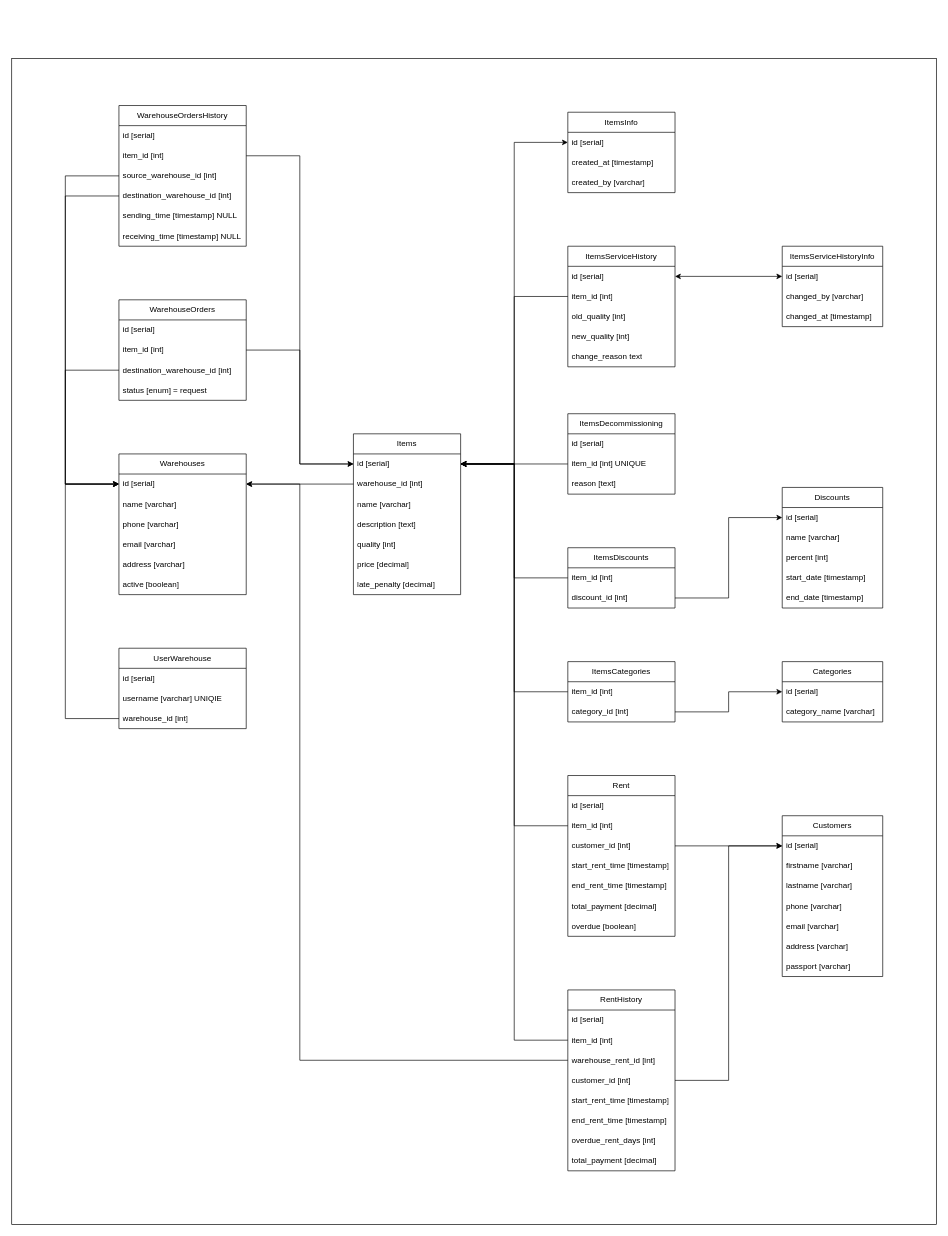
Nieele/invacc_desktop keeps this draw.io diagram as sql/database.drawio. Above is the earlier version. Source tidied: cells renumbered, new cells numbered last; positions are measured from the earlier drawing's top-left corner, leaving out a move shared by most shapes. Both pictures are drawn from the tidied source at 67%, with x=0, y=0 at pixel (11, 58).
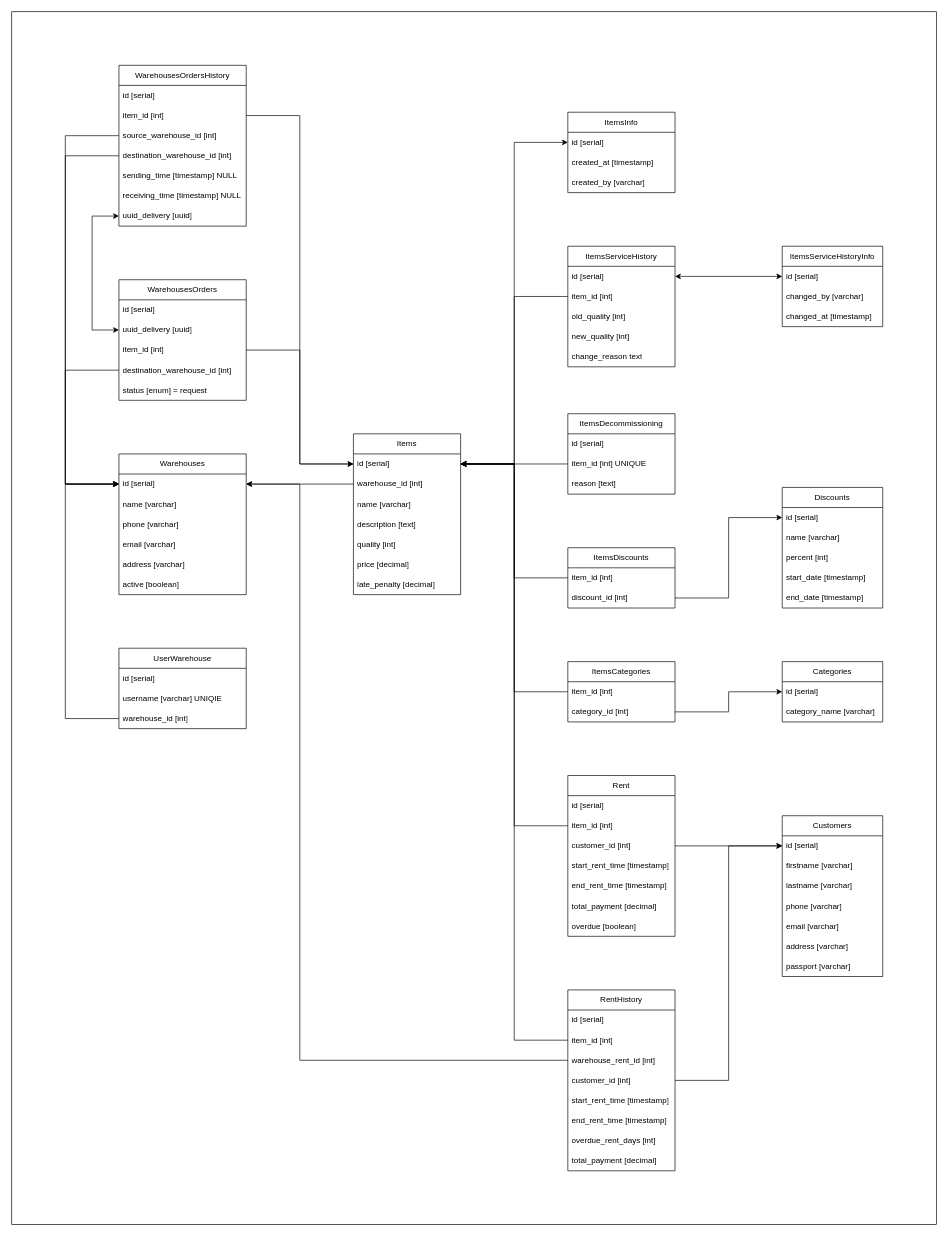
The same page after the edit.

Commit message (it also covers changes not shown here):
feat(sql): change structure database

Unchanged cells that the change refers to:
```xml
<mxCell id="4" value="id [serial]" style="text;strokeColor=none;fillColor=none;align=left;verticalAlign=middle;spacingLeft=4;spacingRight=4;overflow=hidden;points=[[0,0.5],[1,0.5]];portConstraint=eastwest;whiteSpace=wrap;html=1;" parent="3" vertex="1">
  <mxGeometry y="30" width="190" height="30" as="geometry" />
</mxCell>
<mxCell id="11" value="id [serial]" style="text;strokeColor=none;fillColor=none;align=left;verticalAlign=middle;spacingLeft=4;spacingRight=4;overflow=hidden;points=[[0,0.5],[1,0.5]];portConstraint=eastwest;whiteSpace=wrap;html=1;" parent="10" vertex="1">
  <mxGeometry y="30" width="160" height="30" as="geometry" />
</mxCell>
<mxCell id="26" value="item_id [int]" style="text;strokeColor=none;fillColor=none;align=left;verticalAlign=middle;spacingLeft=4;spacingRight=4;overflow=hidden;points=[[0,0.5],[1,0.5]];portConstraint=eastwest;whiteSpace=wrap;html=1;" parent="24" vertex="1">
  <mxGeometry y="60" width="190" height="30" as="geometry" />
</mxCell>
<mxCell id="27" value="source_warehouse_id [int]" style="text;strokeColor=none;fillColor=none;align=left;verticalAlign=middle;spacingLeft=4;spacingRight=4;overflow=hidden;points=[[0,0.5],[1,0.5]];portConstraint=eastwest;whiteSpace=wrap;html=1;" parent="24" vertex="1">
  <mxGeometry y="90" width="190" height="30" as="geometry" />
</mxCell>
<mxCell id="28" value="destination_warehouse_id [int]" style="text;strokeColor=none;fillColor=none;align=left;verticalAlign=middle;spacingLeft=4;spacingRight=4;overflow=hidden;points=[[0,0.5],[1,0.5]];portConstraint=eastwest;whiteSpace=wrap;html=1;" parent="24" vertex="1">
  <mxGeometry y="120" width="190" height="30" as="geometry" />
</mxCell>
```

Diff of the diagram source:
```diff
@@
     <mxCell id="2" style="rounded=0;whiteSpace=wrap;html=1;fillColor=default;" parent="1" vertex="1">
-      <mxGeometry width="1380" height="1740" as="geometry" />
+      <mxGeometry y="-70" width="1380" height="1810" as="geometry" />
     </mxCell>
@@
-    <mxCell id="19" value="WarehouseOrders" style="swimlane;fontStyle=0;horizontal=1;startSize=30;whiteSpace=wrap;html=1;" parent="1" vertex="1">
-      <mxGeometry x="160" y="360" width="190" height="150" as="geometry" />
+    <mxCell id="19" value="WarehousesOrders" style="swimlane;fontStyle=0;horizontal=1;startSize=30;whiteSpace=wrap;html=1;" parent="1" vertex="1">
+      <mxGeometry x="160" y="330" width="190" height="180" as="geometry" />
     </mxCell>
@@
+    <mxCell id="112" value="uuid_delivery [uuid]" style="text;strokeColor=none;fillColor=none;align=left;verticalAlign=middle;spacingLeft=4;spacingRight=4;overflow=hidden;points=[[0,0.5],[1,0.5]];portConstraint=eastwest;whiteSpace=wrap;html=1;" parent="19" vertex="1">
+      <mxGeometry y="60" width="190" height="30" as="geometry" />
+    </mxCell>
     <mxCell id="21" value="item_id [int]" style="text;strokeColor=none;fillColor=none;align=left;verticalAlign=middle;spacingLeft=4;spacingRight=4;overflow=hidden;points=[[0,0.5],[1,0.5]];portConstraint=eastwest;whiteSpace=wrap;html=1;" parent="19" vertex="1">
-      <mxGeometry y="60" width="190" height="30" as="geometry" />
+      <mxGeometry y="90" width="190" height="30" as="geometry" />
     </mxCell>
     <mxCell id="22" value="destination_warehouse_id [int]" style="text;strokeColor=none;fillColor=none;align=left;verticalAlign=middle;spacingLeft=4;spacingRight=4;overflow=hidden;points=[[0,0.5],[1,0.5]];portConstraint=eastwest;whiteSpace=wrap;html=1;" parent="19" vertex="1">
-      <mxGeometry y="90" width="190" height="30" as="geometry" />
+      <mxGeometry y="120" width="190" height="30" as="geometry" />
     </mxCell>
     <mxCell id="23" value="status [enum] = request" style="text;strokeColor=none;fillColor=none;align=left;verticalAlign=middle;spacingLeft=4;spacingRight=4;overflow=hidden;whiteSpace=wrap;html=1;" parent="19" vertex="1">
-      <mxGeometry y="120" width="190" height="30" as="geometry" />
+      <mxGeometry y="150" width="190" height="30" as="geometry" />
     </mxCell>
-    <mxCell id="24" value="WarehouseOrdersHistory" style="swimlane;fontStyle=0;horizontal=1;startSize=30;whiteSpace=wrap;html=1;" parent="1" vertex="1">
-      <mxGeometry x="160" y="70" width="190" height="210" as="geometry" />
+    <mxCell id="24" value="WarehousesOrdersHistory" style="swimlane;fontStyle=0;horizontal=1;startSize=30;whiteSpace=wrap;html=1;" parent="1" vertex="1">
+      <mxGeometry x="160" y="10" width="190" height="240" as="geometry" />
     </mxCell>
@@
+    <mxCell id="113" value="uuid_delivery [uuid]" style="text;strokeColor=none;fillColor=none;align=left;verticalAlign=middle;spacingLeft=4;spacingRight=4;overflow=hidden;points=[[0,0.5],[1,0.5]];portConstraint=eastwest;whiteSpace=wrap;html=1;" parent="24" vertex="1">
+      <mxGeometry y="210" width="190" height="30" as="geometry" />
+    </mxCell>
@@
     <mxCell id="32" style="endArrow=classic;html=1;rounded=0;exitX=0;exitY=0.5;exitDx=0;exitDy=0;entryX=0;entryY=0.5;entryDx=0;entryDy=0;" parent="1" edge="1" source="27" target="4">
       <mxGeometry relative="1" as="geometry">
         <Array as="points">
-          <mxPoint x="80" y="175" />
+          <mxPoint x="80" y="115" />
           <mxPoint x="80" y="635" />
         </Array>
       </mxGeometry>
     </mxCell>
     <mxCell id="33" style="endArrow=classic;html=1;rounded=0;exitX=0;exitY=0.5;exitDx=0;exitDy=0;entryX=0;entryY=0.5;entryDx=0;entryDy=0;" parent="1" edge="1" source="28" target="4">
       <mxGeometry relative="1" as="geometry">
         <Array as="points">
-          <mxPoint x="80" y="205" />
+          <mxPoint x="80" y="145" />
           <mxPoint x="80" y="635" />
         </Array>
       </mxGeometry>
     </mxCell>
@@
     <mxCell id="35" style="endArrow=classic;html=1;rounded=0;entryX=0;entryY=0.5;entryDx=0;entryDy=0;exitX=1;exitY=0.5;exitDx=0;exitDy=0;" parent="1" edge="1" source="26" target="11">
       <mxGeometry relative="1" as="geometry">
         <Array as="points">
-          <mxPoint x="430" y="145" />
+          <mxPoint x="430" y="85" />
           <mxPoint x="430" y="605" />
         </Array>
       </mxGeometry>
     </mxCell>
@@
+    <mxCell id="114" style="endArrow=classic;startArrow=classic;html=1;rounded=0;exitX=0;exitY=0.5;exitDx=0;exitDy=0;entryX=0;entryY=0.5;entryDx=0;entryDy=0;" parent="1" edge="1" source="112" target="113">
+      <mxGeometry relative="1" as="geometry">
+        <Array as="points">
+          <mxPoint x="120" y="405" />
+          <mxPoint x="120" y="235" />
+        </Array>
+      </mxGeometry>
+    </mxCell>
```
